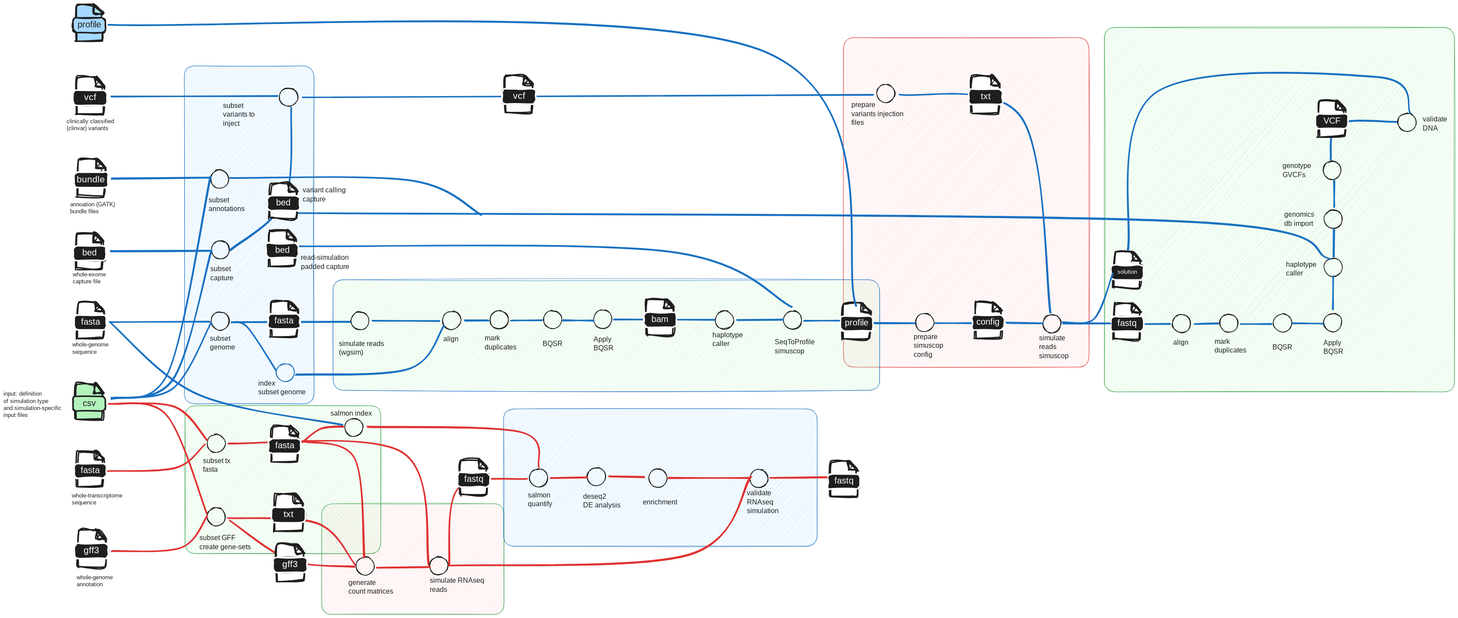
lescai-teaching/eduomics keeps this Excalidraw diagram as assets/eduomics_metromap.excalidraw.svg. Above is the earlier version. Source tidied: one line per element, renumbered; positions are measured from the earlier drawing's top-left corner, leaving out a move shared by most shapes.
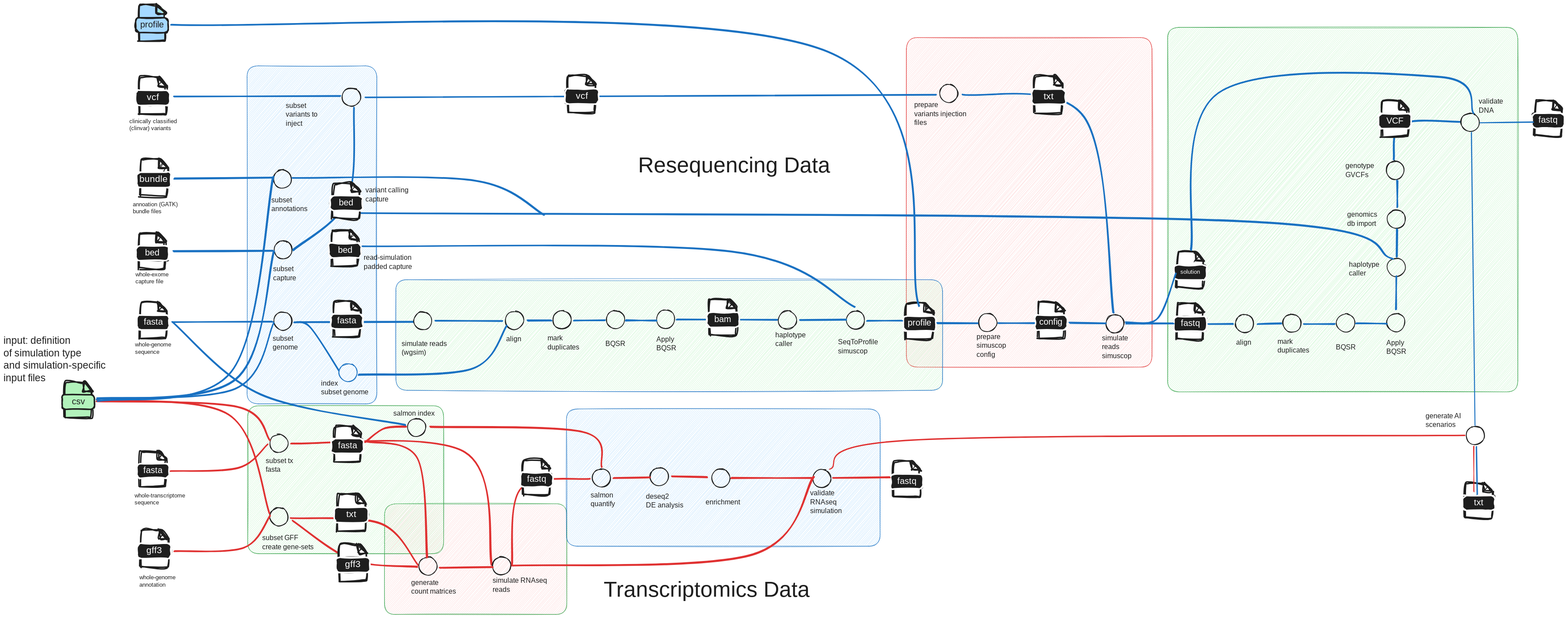
Above is the later version.

What changed in the source:
```diff
@@ -33,11 +33,11 @@
 {"id": 32, "type": "rectangle", "strokeColor": "#ffffff", "backgroundColor": "#1e1e1e", "fillStyle": "solid", "strokeWidth": 4, "roughness": 2, "round": true, "x": 200, "y": 1518, "width": 95, "height": 43}
 {"id": 33, "type": "text", "text": "gff3", "strokeColor": "#ffffff", "backgroundColor": "#1e1e1e", "fillStyle": "solid", "strokeWidth": 4, "roughness": 2, "fontSize": 25.91, "fontFamily": 5, "textAlign": "center", "verticalAlign": "middle", "inside": 32, "x": 221, "y": 1523, "width": 54, "height": 32}
 {"id": 34, "type": "text", "text": "whole-genome\nannotation", "strokeColor": "#1e1e1e", "strokeWidth": 2, "roughness": 1, "fontSize": 16, "fontFamily": 5, "x": 205, "y": 1605, "width": 103, "height": 40}
-{"id": 35, "type": "line", "strokeColor": "#1e1e1e", "backgroundColor": "#b2f2bb", "fillStyle": "solid", "strokeWidth": 4, "roughness": 2, "round": true, "x": 204, "y": 1167, "width": 74, "height": 101, "points": [[0, 0], [0, -87], [10, -99], [47, -98], [56, -96], [73, -77], [74, -67], [74, -7], [64, 2], [0, 0]]}
+{"id": 35, "type": "line", "strokeColor": "#1e1e1e", "backgroundColor": "#b2f2bb", "fillStyle": "solid", "strokeWidth": 4, "roughness": 2, "round": true, "x": -3, "y": 1162, "width": 74, "height": 101, "points": [[0, 0], [0, -87], [10, -99], [47, -98], [56, -96], [73, -77], [74, -67], [74, -7], [64, 2], [0, 0]]}
-{"id": 36, "type": "line", "strokeColor": "#1e1e1e", "backgroundColor": "#b2f2bb", "fillStyle": "cross-hatch", "strokeWidth": 4, "roughness": 2, "round": true, "x": 255, "y": 1069, "width": 23, "height": 25, "points": [[0, 0], [0, 20], [3, 24], [20, 25], [23, 22], [4, 1], [0, 0]]}
+{"id": 36, "type": "line", "strokeColor": "#1e1e1e", "backgroundColor": "#b2f2bb", "fillStyle": "cross-hatch", "strokeWidth": 4, "roughness": 2, "round": true, "x": 48, "y": 1064, "width": 23, "height": 25, "points": [[0, 0], [0, 20], [3, 24], [20, 25], [23, 22], [4, 1], [0, 0]]}
-{"id": 37, "type": "rectangle", "strokeColor": "#1e1e1e", "backgroundColor": "#b2f2bb", "fillStyle": "solid", "strokeWidth": 4, "roughness": 2, "round": true, "x": 196, "y": 1104, "width": 91, "height": 41}
+{"id": 37, "type": "rectangle", "strokeColor": "#1e1e1e", "backgroundColor": "#b2f2bb", "fillStyle": "solid", "strokeWidth": 4, "roughness": 2, "round": true, "x": -11, "y": 1099, "width": 91, "height": 41}
-{"id": 38, "type": "text", "text": "csv", "strokeColor": "#1e1e1e", "backgroundColor": "#b2f2bb", "fillStyle": "solid", "strokeWidth": 4, "roughness": 2, "fontSize": 24.71, "fontFamily": 5, "textAlign": "center", "verticalAlign": "middle", "inside": 37, "x": 222, "y": 1109, "width": 39, "height": 31}
+{"id": 38, "type": "text", "text": "csv", "strokeColor": "#1e1e1e", "backgroundColor": "#b2f2bb", "fillStyle": "solid", "strokeWidth": 4, "roughness": 2, "fontSize": 24.71, "fontFamily": 5, "textAlign": "center", "verticalAlign": "middle", "inside": 37, "x": 15, "y": 1104, "width": 39, "height": 31}
-{"id": 39, "type": "text", "text": "input: definition\nof simulation type\nand simulation-specific\ninput files", "strokeColor": "#1e1e1e", "backgroundColor": "#b2f2bb", "fillStyle": "solid", "strokeWidth": 2, "roughness": 1, "fontSize": 16, "fontFamily": 5, "x": 0, "y": 1088, "width": 174, "height": 80}
+{"id": 39, "type": "text", "text": "input: definition\nof simulation type\nand simulation-specific\ninput files", "strokeColor": "#1e1e1e", "backgroundColor": "#b2f2bb", "fillStyle": "solid", "strokeWidth": 2, "roughness": 1, "fontSize": 28, "fontFamily": 5, "x": -177, "y": 931, "width": 304, "height": 140}
 {"id": 40, "type": "ellipse", "strokeColor": "#1e1e1e", "strokeWidth": 2, "roughness": 1, "round": true, "x": 573, "y": 1211, "width": 51, "height": 51}
 {"id": 41, "type": "ellipse", "strokeColor": "#1e1e1e", "strokeWidth": 2, "roughness": 1, "round": true, "x": 585, "y": 665, "width": 51, "height": 51}
 {"id": 42, "type": "ellipse", "strokeColor": "#1e1e1e", "strokeWidth": 2, "roughness": 1, "round": true, "x": 584, "y": 865, "width": 51, "height": 51}
@@ -46,7 +46,7 @@
 {"id": 45, "type": "rectangle", "strokeColor": "#ffffff", "backgroundColor": "#1e1e1e", "fillStyle": "solid", "strokeWidth": 4, "roughness": 2, "round": true, "x": 198, "y": 472, "width": 96, "height": 43}
 {"id": 46, "type": "text", "text": "bundle", "strokeColor": "#ffffff", "backgroundColor": "#1e1e1e", "fillStyle": "solid", "strokeWidth": 4, "roughness": 2, "fontSize": 25.96, "fontFamily": 5, "textAlign": "center", "verticalAlign": "middle", "inside": 45, "x": 207, "y": 477, "width": 78, "height": 32}
 {"id": 47, "type": "text", "text": "annoation (GATK)\nbundle files", "strokeColor": "#1e1e1e", "strokeWidth": 2, "roughness": 1, "fontSize": 16, "fontFamily": 5, "x": 188, "y": 554, "width": 142, "height": 40}
-{"id": 48, "type": "arrow", "strokeColor": "#e03131", "strokeWidth": 4, "roughness": 1, "round": true, "from": 37, "to": 40, "x": 296, "y": 1125, "width": 276, "height": 102, "points": [[0, 0], [185, 8], [276, 102]]}
+{"id": 48, "type": "arrow", "strokeColor": "#e03131", "strokeWidth": 4, "roughness": 1, "round": true, "from": 37, "to": 40, "x": 85, "y": 1117, "width": 488, "height": 109, "points": [[0, 0], [397, 16], [488, 109]]}
 {"id": 49, "type": "ellipse", "strokeColor": "#1e1e1e", "strokeWidth": 2, "roughness": 1, "round": true, "x": 574, "y": 1417, "width": 51, "height": 51}
 {"id": 50, "type": "line", "strokeColor": "#1e1e1e", "backgroundColor": "#ffffff", "fillStyle": "solid", "strokeWidth": 4, "roughness": 2, "round": true, "x": 207, "y": 1356, "width": 74, "height": 101, "points": [[0, 0], [0, -87], [10, -99], [47, -98], [56, -96], [73, -77], [74, -67], [74, -7], [64, 2], [0, 0]]}
 {"id": 51, "type": "line", "strokeColor": "#1e1e1e", "backgroundColor": "#1e1e1e", "fillStyle": "cross-hatch", "strokeWidth": 4, "roughness": 2, "round": true, "x": 258, "y": 1258, "width": 23, "height": 25, "points": [[0, 0], [0, 20], [3, 24], [20, 25], [23, 22], [4, 1], [0, 0]]}
@@ -54,7 +54,7 @@
 {"id": 53, "type": "text", "text": "fasta", "strokeColor": "#ffffff", "backgroundColor": "#1e1e1e", "fillStyle": "solid", "strokeWidth": 4, "roughness": 2, "fontSize": 24.71, "fontFamily": 5, "textAlign": "center", "verticalAlign": "middle", "inside": 52, "x": 210, "y": 1298, "width": 68, "height": 31}
 {"id": 54, "type": "text", "text": "whole-transcriptome\nsequence", "strokeColor": "#1e1e1e", "strokeWidth": 2, "roughness": 1, "fontSize": 16, "fontFamily": 5, "x": 192, "y": 1375, "width": 155, "height": 40}
 {"id": 55, "type": "arrow", "strokeColor": "#e03131", "strokeWidth": 4, "roughness": 1, "round": true, "from": 52, "to": 40, "x": 294, "y": 1313, "width": 274, "height": 74, "points": [[0, 0], [191, -9], [274, -74]]}
-{"id": 56, "type": "arrow", "strokeColor": "#e03131", "strokeWidth": 4, "roughness": 1, "round": true, "from": 37, "to": 49, "x": 300, "y": 1124, "width": 272, "height": 309, "points": [[0, 0], [159, 32], [272, 309]]}
+{"id": 56, "type": "arrow", "strokeColor": "#e03131", "strokeWidth": 4, "roughness": 1, "round": true, "from": 37, "to": 49, "x": 88, "y": 1115, "width": 484, "height": 318, "points": [[0, 0], [371, 41], [484, 318]]}
 {"id": 57, "type": "arrow", "strokeColor": "#e03131", "strokeWidth": 4, "roughness": 1, "round": true, "from": 32, "to": 49, "x": 305, "y": 1541, "width": 268, "height": 101, "points": [[0, 0], [196, -10], [268, -101]]}
 {"id": 58, "type": "text", "text": "subset tx\nfasta", "strokeColor": "#1e1e1e", "strokeWidth": 4, "roughness": 1, "fontSize": 20, "fontFamily": 5, "x": 562, "y": 1274, "width": 96, "height": 50}
 {"id": 59, "type": "line", "strokeColor": "#1e1e1e", "backgroundColor": "#ffffff", "fillStyle": "solid", "strokeWidth": 4, "roughness": 2, "round": true, "x": 755, "y": 1286, "width": 74, "height": 101, "points": [[0, 0], [0, -87], [10, -99], [47, -98], [56, -96], [73, -77], [74, -67], [74, -7], [64, 2], [0, 0]]}
@@ -109,9 +109,9 @@
 {"id": 108, "type": "text", "text": "subset\ncapture", "strokeColor": "#1e1e1e", "strokeWidth": 4, "roughness": 1, "fontSize": 20, "fontFamily": 5, "x": 582, "y": 733, "width": 73, "height": 50}
 {"id": 109, "type": "text", "text": "subset\nannotations", "strokeColor": "#1e1e1e", "strokeWidth": 4, "roughness": 1, "fontSize": 20, "fontFamily": 5, "x": 577, "y": 539, "width": 116, "height": 50}
 {"id": 110, "type": "text", "text": "subset\nvariants to\ninject", "strokeColor": "#1e1e1e", "strokeWidth": 4, "roughness": 1, "fontSize": 20, "fontFamily": 5, "x": 618, "y": 273, "width": 110, "height": 75}
-{"id": 111, "type": "arrow", "strokeColor": "#1971c2", "strokeWidth": 4, "roughness": 1, "round": true, "from": 37, "to": 42, "x": 304, "y": 1108, "width": 281, "height": 213, "points": [[0, 0], [172, -26], [281, -213]]}
+{"id": 111, "type": "arrow", "strokeColor": "#1971c2", "strokeWidth": 4, "roughness": 1, "round": true, "from": 37, "to": 42, "x": 87, "y": 1109, "width": 497, "height": 213, "points": [[0, 0], [388, -27], [497, -213]]}
-{"id": 112, "type": "arrow", "strokeColor": "#1971c2", "strokeWidth": 4, "roughness": 1, "round": true, "from": 37, "to": 41, "x": 304, "y": 1112, "width": 281, "height": 420, "points": [[0, 0], [174, -56], [281, -420]]}
+{"id": 112, "type": "arrow", "strokeColor": "#1971c2", "strokeWidth": 4, "roughness": 1, "round": true, "from": 37, "to": 41, "x": 85, "y": 1113, "width": 499, "height": 418, "points": [[0, 0], [393, -58], [499, -418]]}
-{"id": 113, "type": "arrow", "strokeColor": "#1971c2", "strokeWidth": 4, "roughness": 1, "round": true, "from": 37, "to": 99, "x": 308, "y": 1110, "width": 275, "height": 626, "points": [[0, 0], [157, -77], [275, -626]]}
+{"id": 113, "type": "arrow", "strokeColor": "#1971c2", "strokeWidth": 4, "roughness": 1, "round": true, "from": 37, "to": 99, "x": 89, "y": 1117, "width": 494, "height": 633, "points": [[0, 0], [376, -84], [494, -633]]}
 {"id": 114, "type": "arrow", "strokeColor": "#1971c2", "strokeWidth": 4, "roughness": 1, "round": true, "from": 27, "to": 42, "x": 300, "y": 894, "width": 280, "height": 0, "points": [[0, 0], [280, 0]]}
 {"id": 115, "type": "arrow", "strokeColor": "#1971c2", "strokeWidth": 4, "roughness": 1, "round": true, "from": 22, "to": 41, "x": 302, "y": 694, "width": 281, "height": 2, "points": [[0, 0], [281, -2]]}
 {"id": 116, "type": "arrow", "strokeColor": "#1971c2", "strokeWidth": 4, "roughness": 1, "round": true, "from": 45, "to": 99, "x": 305, "y": 489, "width": 277, "height": 3, "points": [[0, 0], [277, -3]]}
@@ -200,7 +200,7 @@
 {"id": 199, "type": "line", "strokeColor": "#1e1e1e", "backgroundColor": "#1e1e1e", "fillStyle": "cross-hatch", "strokeWidth": 4, "roughness": 2, "round": true, "x": 3756, "y": 271, "width": 23, "height": 25, "points": [[0, 0], [0, 20], [3, 24], [21, 25], [23, 22], [4, 1], [0, 0]]}
 {"id": 200, "type": "rectangle", "strokeColor": "#ffffff", "backgroundColor": "#1e1e1e", "fillStyle": "solid", "strokeWidth": 4, "roughness": 2, "round": true, "x": 3697, "y": 307, "width": 92, "height": 42}
 {"id": 201, "type": "text", "text": "VCF", "strokeColor": "#ffffff", "backgroundColor": "#1e1e1e", "fillStyle": "solid", "strokeWidth": 4, "roughness": 2, "fontSize": 24.87, "fontFamily": 5, "textAlign": "center", "verticalAlign": "middle", "inside": 200, "x": 3719, "y": 312, "width": 47, "height": 31}
-{"id": 202, "type": "text", "text": "validate\nDNA", "strokeColor": "#1e1e1e", "strokeWidth": 4, "roughness": 1, "fontSize": 20, "fontFamily": 5, "x": 3999, "y": 311, "width": 76, "height": 50}
+{"id": 202, "type": "text", "text": "validate\nDNA", "strokeColor": "#1e1e1e", "strokeWidth": 4, "roughness": 1, "fontSize": 20, "fontFamily": 5, "x": 3978, "y": 261, "width": 76, "height": 50}
 {"id": 203, "type": "line", "strokeColor": "#1971c2", "angle": 6.28, "strokeWidth": 4, "roughness": 1, "round": true, "x": 3167, "y": 689, "width": 798, "height": 486, "points": [[0, 0], [80, -442], [704, -486], [798, -384]]}
 {"id": 204, "type": "arrow", "strokeColor": "#1971c2", "strokeWidth": 4, "roughness": 1, "round": true, "from": 176, "to": 184, "x": 3217, "y": 899, "width": 69, "height": 0, "points": [[0, 0], [69, 0]]}
 {"id": 205, "type": "arrow", "strokeColor": "#1971c2", "strokeWidth": 4, "roughness": 1, "round": true, "from": 190, "to": 153, "x": 3746, "y": 858, "width": 1, "height": 93, "points": [[0, 0], [1, -93]]}
@@ -230,3 +230,20 @@
 {"id": 229, "type": "text", "text": "profile", "strokeColor": "#1e1e1e", "backgroundColor": "#b2f2bb", "fillStyle": "solid", "strokeWidth": 4, "roughness": 2, "fontSize": 24.87, "fontFamily": 5, "textAlign": "center", "verticalAlign": "middle", "inside": 228, "x": 204, "y": 42, "width": 76, "height": 31}
 {"id": 230, "type": "arrow", "strokeColor": "#1971c2", "backgroundColor": "#a5d8ff", "fillStyle": "cross-hatch", "strokeWidth": 4, "roughness": 1, "round": true, "from": 228, "to": 160, "x": 295, "y": 56, "width": 2108, "height": 793, "points": [[0, 0], [1837, 72], [2108, 793]]}
 {"id": 231, "type": "arrow", "strokeColor": "#1971c2", "strokeWidth": 4, "roughness": 1, "round": true, "from": 27, "to": 120, "x": 299, "y": 893, "width": 656, "height": 291, "points": [[0, 0], [248, 205], [656, 291]]}
+{"id": 232, "type": "ellipse", "strokeColor": "#1e1e1e", "strokeWidth": 2, "roughness": 1, "round": true, "x": 3944, "y": 1188, "width": 51, "height": 51}
+{"id": 233, "type": "line", "strokeColor": "#1e1e1e", "backgroundColor": "#ffffff", "fillStyle": "solid", "strokeWidth": 4, "roughness": 2, "round": true, "x": 4137, "y": 369, "width": 75, "height": 101, "points": [[0, 0], [1, -87], [10, -99], [47, -99], [57, -97], [73, -78], [75, -67], [74, -7], [64, 2], [0, 0]]}
+{"id": 234, "type": "line", "strokeColor": "#1e1e1e", "backgroundColor": "#1e1e1e", "fillStyle": "cross-hatch", "strokeWidth": 4, "roughness": 2, "round": true, "x": 4188, "y": 270, "width": 23, "height": 25, "points": [[0, 0], [0, 20], [3, 24], [21, 25], [23, 22], [4, 1], [0, 0]]}
+{"id": 235, "type": "rectangle", "strokeColor": "#ffffff", "backgroundColor": "#1e1e1e", "fillStyle": "solid", "strokeWidth": 4, "roughness": 2, "round": true, "x": 4129, "y": 305, "width": 92, "height": 42}
+{"id": 236, "type": "text", "text": "fastq", "strokeColor": "#ffffff", "backgroundColor": "#1e1e1e", "fillStyle": "solid", "strokeWidth": 4, "roughness": 2, "fontSize": 24.87, "fontFamily": 5, "textAlign": "center", "verticalAlign": "middle", "inside": 235, "x": 4141, "y": 311, "width": 67, "height": 31}
+{"id": 237, "type": "line", "strokeColor": "#1971c2", "strokeWidth": 2, "roughness": 1, "round": true, "x": 3982, "y": 332, "width": 152, "height": 2, "points": [[0, 0], [152, -2]]}
+{"id": 238, "type": "line", "strokeColor": "#1e1e1e", "backgroundColor": "#ffffff", "fillStyle": "solid", "strokeWidth": 4, "roughness": 2, "round": true, "x": 3941, "y": 1447, "width": 75, "height": 101, "points": [[0, 0], [1, -87], [10, -99], [47, -99], [57, -97], [73, -78], [75, -67], [74, -7], [64, 2], [0, 0]]}
+{"id": 239, "type": "line", "strokeColor": "#1e1e1e", "backgroundColor": "#1e1e1e", "fillStyle": "cross-hatch", "strokeWidth": 4, "roughness": 2, "round": true, "x": 3993, "y": 1348, "width": 23, "height": 25, "points": [[0, 0], [0, 20], [3, 24], [21, 25], [23, 22], [4, 1], [0, 0]]}
+{"id": 240, "type": "rectangle", "strokeColor": "#ffffff", "backgroundColor": "#1e1e1e", "fillStyle": "solid", "strokeWidth": 4, "roughness": 2, "round": true, "x": 3933, "y": 1383, "width": 92, "height": 42}
+{"id": 241, "type": "text", "text": "txt", "strokeColor": "#ffffff", "backgroundColor": "#1e1e1e", "fillStyle": "solid", "strokeWidth": 4, "roughness": 2, "fontSize": 24.87, "fontFamily": 5, "textAlign": "center", "verticalAlign": "middle", "inside": 240, "x": 3958, "y": 1389, "width": 42, "height": 31}
+{"id": 242, "type": "arrow", "strokeColor": "#e03131", "strokeWidth": 2, "roughness": 1, "round": true, "from": 89, "to": 232, "x": 2150, "y": 1309, "width": 1790, "height": 95, "points": [[0, 0], [234, -82], [1790, -95]]}
+{"id": 243, "type": "arrow", "strokeColor": "#1971c2", "strokeWidth": 2, "roughness": 1, "round": true, "from": 156, "to": 232, "x": 3958, "y": 359, "width": 10, "height": 827, "points": [[0, 0], [10, 827]]}
+{"id": 244, "type": "arrow", "strokeColor": "#1971c2", "strokeWidth": 2, "roughness": 1, "round": true, "from": 232, "to": 240, "x": 3972, "y": 1245, "width": 2, "height": 136, "points": [[0, 0], [2, 136]]}
+{"id": 245, "type": "arrow", "strokeColor": "#e03131", "strokeWidth": 2, "roughness": 1, "round": true, "from": 232, "to": 240, "x": 3965, "y": 1244, "width": 1, "height": 129, "points": [[0, 0], [1, 129]]}
+{"id": 246, "type": "text", "text": "generate AI\nscenarios", "strokeColor": "#1e1e1e", "strokeWidth": 2, "roughness": 1, "fontSize": 20, "fontFamily": 5, "x": 3829, "y": 1148, "width": 116, "height": 50}
+{"id": 247, "type": "text", "text": "Resequencing Data", "strokeColor": "#1e1e1e", "strokeWidth": 2, "roughness": 1, "fontSize": 61.55, "fontFamily": 5, "x": 1611, "y": 417, "width": 567, "height": 77}
+{"id": 248, "type": "text", "text": "Transcriptomics Data", "strokeColor": "#1e1e1e", "strokeWidth": 2, "roughness": 1, "fontSize": 61.55, "fontFamily": 5, "x": 1514, "y": 1614, "width": 646, "height": 77}
```
